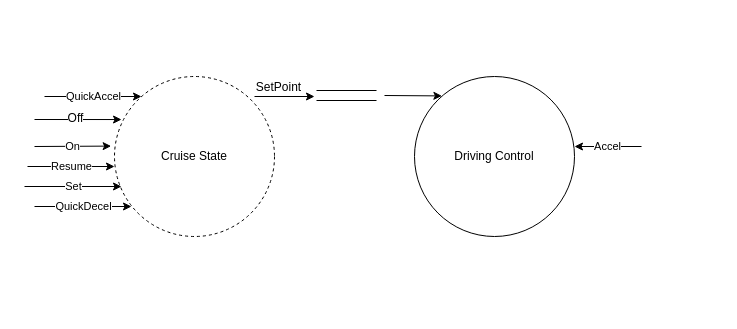
Above: Diagrams/refinement.drawio in jacoballen4534/Cruise-Controller (draw.io), before the change. Source tidied: cells renumbered, new cells numbered last; positions are measured from the earlier drawing's top-left corner, leaving out a move shared by most shapes. Both pictures are drawn from the tidied source at 100%, with x=0, y=0 at pixel (24, 76).
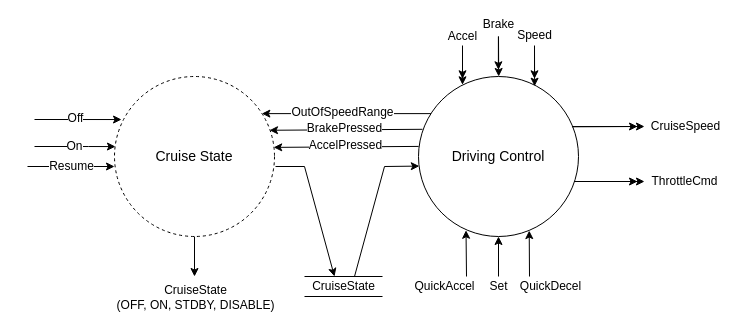
Above is the later version.

Commit message (it also covers changes not shown here):
added second level refinement

What changed in the source:
```diff
@@
-    <mxCell id="2" value="Driving Control" style="ellipse;whiteSpace=wrap;html=1;" parent="1" vertex="1">
-      <mxGeometry x="390" width="160" height="160" as="geometry" />
+    <mxCell id="2" value="Driving Control" style="ellipse;whiteSpace=wrap;html=1;fontSize=14;" parent="1" vertex="1">
+      <mxGeometry x="394" width="160" height="160" as="geometry" />
     </mxCell>
-    <mxCell id="3" value="Cruise State" style="ellipse;whiteSpace=wrap;html=1;dashed=1;" parent="1" vertex="1">
+    <mxCell id="3" value="Cruise State" style="ellipse;whiteSpace=wrap;html=1;dashed=1;fontSize=14;" parent="1" vertex="1">
       <mxGeometry x="90" width="160" height="160" as="geometry" />
     </mxCell>
-    <mxCell id="4" value="On" style="endArrow=classic;html=1;entryX=-0.021;entryY=0.435;entryDx=0;entryDy=0;entryPerimeter=0;" parent="1" edge="1" target="3">
+    <mxCell id="4" value="&lt;font style=&quot;font-size: 12px&quot;&gt;On&lt;/font&gt;" style="endArrow=classic;html=1;entryX=0.006;entryY=0.438;entryDx=0;entryDy=0;entryPerimeter=0;" parent="1" edge="1" target="3">
       <mxGeometry relative="1" as="geometry">
         <mxPoint x="10" y="70" as="sourcePoint" />
+        <Array as="points">
+          <mxPoint x="54" y="70" />
+        </Array>
       </mxGeometry>
     </mxCell>
@@
-    <mxCell id="7" value="Resume" style="endArrow=classic;html=1;entryX=0.044;entryY=0.269;entryDx=0;entryDy=0;entryPerimeter=0;" parent="1" edge="1">
+    <mxCell id="7" value="&lt;font style=&quot;font-size: 12px&quot;&gt;Resume&lt;/font&gt;" style="endArrow=classic;html=1;entryX=0.044;entryY=0.269;entryDx=0;entryDy=0;entryPerimeter=0;" parent="1" edge="1">
       <mxGeometry relative="1" as="geometry">
         <mxPoint x="3" y="90" as="sourcePoint" />
         <mxPoint x="90" y="90" as="targetPoint" />
       </mxGeometry>
     </mxCell>
-    <mxCell id="8" value="Set" style="endArrow=classic;html=1;entryX=0.044;entryY=0.269;entryDx=0;entryDy=0;entryPerimeter=0;" parent="1" edge="1">
-      <mxGeometry relative="1" as="geometry">
-        <mxPoint y="110" as="sourcePoint" />
-        <mxPoint x="97" y="110" as="targetPoint" />
+    <mxCell id="8" value="&lt;font style=&quot;font-size: 12px&quot;&gt;Set&lt;/font&gt;" style="endArrow=classic;html=1;entryX=0.5;entryY=1;entryDx=0;entryDy=0;" parent="1" edge="1" target="2">
+      <mxGeometry x="-1" y="-10" relative="1" as="geometry">
+        <mxPoint x="474" y="200" as="sourcePoint" />
+        <mxPoint x="-10" y="10" as="offset" />
       </mxGeometry>
     </mxCell>
-    <mxCell id="9" value="QuickAccel" style="endArrow=classic;html=1;entryX=0.044;entryY=0.269;entryDx=0;entryDy=0;entryPerimeter=0;" parent="1" edge="1">
-      <mxGeometry relative="1" as="geometry">
-        <mxPoint x="20" y="20" as="sourcePoint" />
-        <mxPoint x="117" y="20" as="targetPoint" />
+    <mxCell id="9" value="&lt;font style=&quot;font-size: 12px&quot;&gt;QuickAccel&lt;/font&gt;" style="endArrow=classic;html=1;entryX=0.297;entryY=0.961;entryDx=0;entryDy=0;entryPerimeter=0;" parent="1" edge="1" target="2">
+      <mxGeometry x="-1" y="24" relative="1" as="geometry">
+        <mxPoint x="442" y="200" as="sourcePoint" />
+        <mxPoint x="2" y="10" as="offset" />
       </mxGeometry>
     </mxCell>
-    <mxCell id="10" value="QuickDecel" style="endArrow=classic;html=1;entryX=0.044;entryY=0.269;entryDx=0;entryDy=0;entryPerimeter=0;" parent="1" edge="1">
-      <mxGeometry relative="1" as="geometry">
-        <mxPoint x="10" y="130" as="sourcePoint" />
-        <mxPoint x="107" y="130" as="targetPoint" />
+    <mxCell id="10" value="&lt;font style=&quot;font-size: 12px&quot;&gt;QuickDecel&lt;/font&gt;" style="endArrow=classic;html=1;entryX=0.692;entryY=0.963;entryDx=0;entryDy=0;entryPerimeter=0;" parent="1" edge="1" target="2">
+      <mxGeometry x="-1" y="-23" relative="1" as="geometry">
+        <mxPoint x="505" y="200" as="sourcePoint" />
+        <mxPoint x="-2" y="10" as="offset" />
       </mxGeometry>
     </mxCell>
-    <mxCell id="11" value="Accel" style="endArrow=classic;html=1;" parent="1" edge="1">
-      <mxGeometry relative="1" as="geometry">
-        <mxPoint x="617" y="70" as="sourcePoint" />
-        <mxPoint x="550" y="70" as="targetPoint" />
+    <mxCell id="11" value="&lt;font style=&quot;font-size: 12px&quot;&gt;Accel&lt;/font&gt;" style="endArrow=classic;html=1;entryX=0.275;entryY=0.052;entryDx=0;entryDy=0;entryPerimeter=0;" parent="1" edge="1" target="2">
+      <mxGeometry x="-1" y="10" relative="1" as="geometry">
+        <mxPoint x="438" y="-30" as="sourcePoint" />
+        <mxPoint x="-10" y="-10" as="offset" />
       </mxGeometry>
     </mxCell>
-    <mxCell id="12" style="endArrow=classic;html=1;" parent="1" edge="1">
+    <mxCell id="12" style="endArrow=classic;html=1;rounded=0;" parent="1" edge="1">
       <mxGeometry relative="1" as="geometry">
-        <mxPoint x="230" y="20" as="sourcePoint" />
-        <mxPoint x="290" y="20" as="targetPoint" />
+        <mxPoint x="251" y="90" as="sourcePoint" />
+        <mxPoint x="310" y="200" as="targetPoint" />
+        <Array as="points">
+          <mxPoint x="280" y="90" />
+        </Array>
       </mxGeometry>
     </mxCell>
-    <mxCell id="13" value="SetPoint" style="text;html=1;align=center;verticalAlign=middle;labelBackgroundColor=#ffffff;" parent="12" vertex="1">
-      <mxGeometry x="0.36" y="2" relative="1" as="geometry">
-        <mxPoint x="-17.5" y="-8" as="offset" />
-      </mxGeometry>
-    </mxCell>
+    <mxCell id="16" style="endArrow=classic;html=1;entryX=0.005;entryY=0.56;entryDx=0;entryDy=0;strokeColor=#000000;rounded=0;entryPerimeter=0;" parent="1" edge="1" target="2">
+      <mxGeometry relative="1" as="geometry">
+        <mxPoint x="330" y="200" as="sourcePoint" />
+        <Array as="points">
+          <mxPoint x="360" y="90" />
+        </Array>
+      </mxGeometry>
+    </mxCell>
+    <mxCell id="17" style="group;" parent="1" vertex="1">
+      <mxGeometry x="280" y="200" width="84" height="20" as="geometry" />
+    </mxCell>
-    <mxCell id="14" style="endArrow=none;html=1;" parent="1" edge="1">
+    <mxCell id="14" style="endArrow=none;html=1;" parent="17" edge="1">
       <mxGeometry relative="1" as="geometry">
-        <mxPoint x="292" y="14" as="sourcePoint" />
-        <mxPoint x="352" y="14" as="targetPoint" />
+        <mxPoint as="sourcePoint" />
+        <mxPoint x="78" as="targetPoint" />
       </mxGeometry>
     </mxCell>
-    <mxCell id="15" style="endArrow=none;html=1;" parent="1" edge="1">
+    <mxCell id="15" style="endArrow=none;html=1;" parent="17" edge="1">
       <mxGeometry relative="1" as="geometry">
-        <mxPoint x="292" y="24" as="sourcePoint" />
-        <mxPoint x="352" y="24" as="targetPoint" />
+        <mxPoint y="20" as="sourcePoint" />
+        <mxPoint x="78" y="20" as="targetPoint" />
       </mxGeometry>
     </mxCell>
-    <mxCell id="16" style="endArrow=classic;html=1;entryX=0;entryY=0;entryDx=0;entryDy=0;" parent="1" edge="1">
-      <mxGeometry relative="1" as="geometry">
-        <mxPoint x="360" y="19" as="sourcePoint" />
-        <mxPoint x="417.4" y="19.4" as="targetPoint" />
-      </mxGeometry>
-    </mxCell>
+    <mxCell id="18" value="CruiseState" style="text;html=1;align=center;verticalAlign=middle;" parent="17" vertex="1">
+      <mxGeometry x="-1" width="80" height="20" as="geometry" />
+    </mxCell>
+    <mxCell id="19" value="&lt;font style=&quot;font-size: 12px&quot;&gt;Brake&lt;/font&gt;" style="endArrow=classic;html=1;entryX=0;entryY=0;entryDx=0;entryDy=0;" parent="1" edge="1">
+      <mxGeometry x="-1" y="12" relative="1" as="geometry">
+        <mxPoint x="474" y="-40" as="sourcePoint" />
+        <mxPoint x="474.2" as="targetPoint" />
+        <mxPoint x="-12" y="-12" as="offset" />
+      </mxGeometry>
+    </mxCell>
+    <mxCell id="20" value="&lt;font style=&quot;font-size: 12px&quot;&gt;Speed&lt;/font&gt;" style="endArrow=classic;html=1;entryX=0.432;entryY=-0.002;entryDx=0;entryDy=0;entryPerimeter=0;" parent="1" edge="1">
+      <mxGeometry x="-1" y="11" relative="1" as="geometry">
+        <mxPoint x="510" y="-30" as="sourcePoint" />
+        <mxPoint x="510.1" y="9.7" as="targetPoint" />
+        <mxPoint x="-11" y="-11" as="offset" />
+      </mxGeometry>
+    </mxCell>
+    <mxCell id="21" style="endArrow=classic;html=1;exitX=0.5;exitY=1;exitDx=0;exitDy=0;" parent="1" edge="1" source="3">
+      <mxGeometry relative="1" as="geometry">
+        <mxPoint x="170" y="200" as="targetPoint" />
+      </mxGeometry>
+    </mxCell>
+    <mxCell id="22" value="CruiseState&lt;br&gt;(OFF, ON, STDBY, DISABLE)" style="text;html=1;align=center;verticalAlign=middle;labelBackgroundColor=#ffffff;" parent="21" vertex="1">
+      <mxGeometry x="-0.47" y="1" relative="1" as="geometry">
+        <mxPoint x="-1" y="49.2" as="offset" />
+      </mxGeometry>
+    </mxCell>
+    <mxCell id="23" style="endArrow=classic;html=1;entryX=0.995;entryY=0.443;entryDx=0;entryDy=0;entryPerimeter=0;exitX=0.001;exitY=0.437;exitDx=0;exitDy=0;exitPerimeter=0;" parent="1" edge="1" source="2" target="3">
+      <mxGeometry relative="1" as="geometry" />
+    </mxCell>
+    <mxCell id="24" value="AccelPressed" style="text;html=1;align=center;verticalAlign=middle;labelBackgroundColor=#ffffff;" parent="23" vertex="1">
+      <mxGeometry x="0.36" y="-2" relative="1" as="geometry">
+        <mxPoint x="25.8" as="offset" />
+      </mxGeometry>
+    </mxCell>
+    <mxCell id="25" style="endArrow=classic;html=1;entryX=0.969;entryY=0.336;entryDx=0;entryDy=0;entryPerimeter=0;exitX=0.025;exitY=0.33;exitDx=0;exitDy=0;exitPerimeter=0;" parent="1" edge="1" source="2" target="3">
+      <mxGeometry relative="1" as="geometry" />
+    </mxCell>
+    <mxCell id="26" value="BrakePressed" style="text;html=1;align=center;verticalAlign=middle;labelBackgroundColor=#ffffff;" parent="25" vertex="1">
+      <mxGeometry x="0.36" y="-2" relative="1" as="geometry">
+        <mxPoint x="25.8" as="offset" />
+      </mxGeometry>
+    </mxCell>
+    <mxCell id="27" style="endArrow=classic;html=1;entryX=0.921;entryY=0.232;entryDx=0;entryDy=0;entryPerimeter=0;exitX=0.078;exitY=0.232;exitDx=0;exitDy=0;exitPerimeter=0;" parent="1" edge="1" source="2" target="3">
+      <mxGeometry relative="1" as="geometry" />
+    </mxCell>
+    <mxCell id="28" value="OutOfSpeedRange" style="text;html=1;align=center;verticalAlign=middle;labelBackgroundColor=#ffffff;" parent="27" vertex="1">
+      <mxGeometry x="0.36" y="-2" relative="1" as="geometry">
+        <mxPoint x="25.8" as="offset" />
+      </mxGeometry>
+    </mxCell>
+    <mxCell id="29" style="endArrow=classic;html=1;exitX=0.959;exitY=0.314;exitDx=0;exitDy=0;exitPerimeter=0;" parent="1" edge="1" source="2">
+      <mxGeometry relative="1" as="geometry">
+        <mxPoint x="620" y="50" as="targetPoint" />
+      </mxGeometry>
+    </mxCell>
+    <mxCell id="30" value="CruiseSpeed" style="text;html=1;align=center;verticalAlign=middle;labelBackgroundColor=#ffffff;" parent="29" vertex="1">
+      <mxGeometry x="-0.32" y="1" relative="1" as="geometry">
+        <mxPoint x="87.7" y="0.8" as="offset" />
+      </mxGeometry>
+    </mxCell>
+    <mxCell id="31" value="&lt;font style=&quot;font-size: 12px&quot;&gt;ThrottleCmd&lt;/font&gt;" style="endArrow=classic;html=1;" parent="1" edge="1">
+      <mxGeometry x="1" y="40" relative="1" as="geometry">
+        <mxPoint x="550" y="105" as="sourcePoint" />
+        <mxPoint x="620" y="105" as="targetPoint" />
+        <mxPoint x="40" y="40" as="offset" />
+      </mxGeometry>
+    </mxCell>
+    <mxCell id="32" style="endArrow=classic;html=1;entryX=0.275;entryY=0.052;entryDx=0;entryDy=0;entryPerimeter=0;" parent="1" edge="1">
+      <mxGeometry x="-1" y="10" relative="1" as="geometry">
+        <mxPoint x="438" y="-31" as="sourcePoint" />
+        <mxPoint x="438" y="2.3" as="targetPoint" />
+        <mxPoint x="-10" y="-10" as="offset" />
+      </mxGeometry>
+    </mxCell>
+    <mxCell id="33" style="endArrow=classic;html=1;entryX=0.275;entryY=0.052;entryDx=0;entryDy=0;entryPerimeter=0;" parent="1" edge="1">
+      <mxGeometry x="-1" y="10" relative="1" as="geometry">
+        <mxPoint x="473.9" y="-40" as="sourcePoint" />
+        <mxPoint x="473.9" y="-6.7" as="targetPoint" />
+        <mxPoint x="-10" y="-10" as="offset" />
+      </mxGeometry>
+    </mxCell>
+    <mxCell id="34" style="endArrow=classic;html=1;entryX=0.275;entryY=0.052;entryDx=0;entryDy=0;entryPerimeter=0;" parent="1" edge="1">
+      <mxGeometry x="-1" y="10" relative="1" as="geometry">
+        <mxPoint x="510" y="-31" as="sourcePoint" />
+        <mxPoint x="510" y="2.3" as="targetPoint" />
+        <mxPoint x="-10" y="-10" as="offset" />
+      </mxGeometry>
+    </mxCell>
+    <mxCell id="35" style="endArrow=classic;html=1;" parent="1" edge="1">
+      <mxGeometry x="1" y="40" relative="1" as="geometry">
+        <mxPoint x="550" y="105" as="sourcePoint" />
+        <mxPoint x="613" y="105" as="targetPoint" />
+        <mxPoint x="40" y="40" as="offset" />
+      </mxGeometry>
+    </mxCell>
+    <mxCell id="36" style="endArrow=classic;html=1;exitX=0.96;exitY=0.313;exitDx=0;exitDy=0;exitPerimeter=0;" parent="1" edge="1" source="2">
+      <mxGeometry x="1" y="40" relative="1" as="geometry">
+        <mxPoint x="613" y="50" as="targetPoint" />
+        <mxPoint x="40" y="40" as="offset" />
+      </mxGeometry>
+    </mxCell>
```
